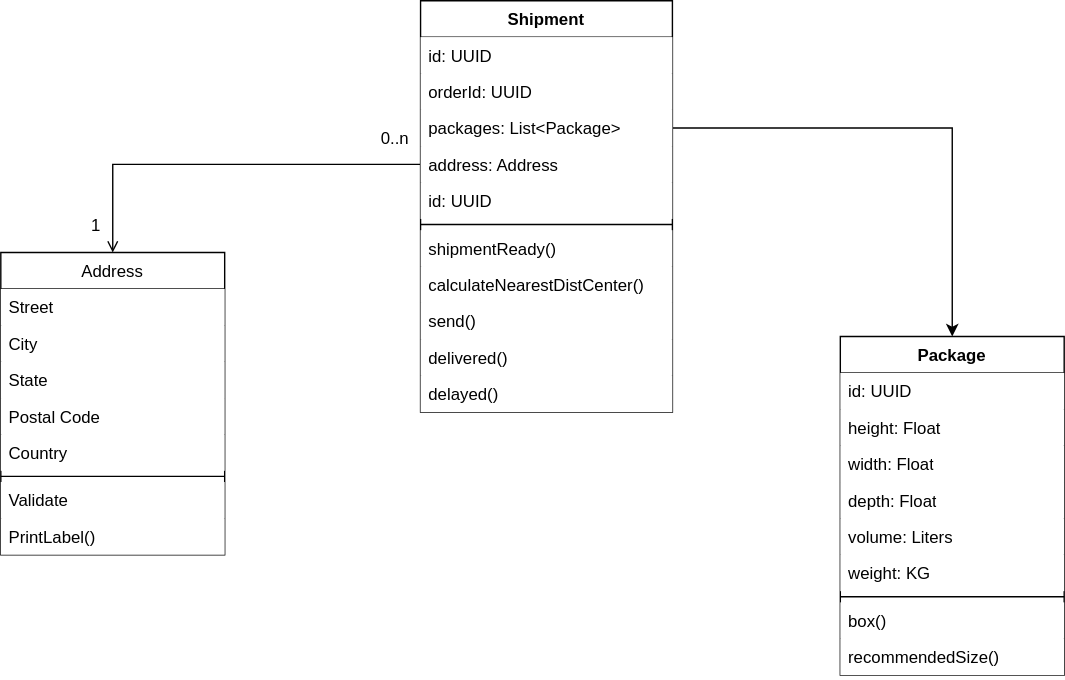
Before: shipping/ShipmentSchema.svg, a diagram exported from draw.io (eda-ecommerce/asyncapi). Source tidied: cells renumbered, new cells last; positions are measured from the earlier drawing's top-left corner, leaving out a move shared by most shapes.
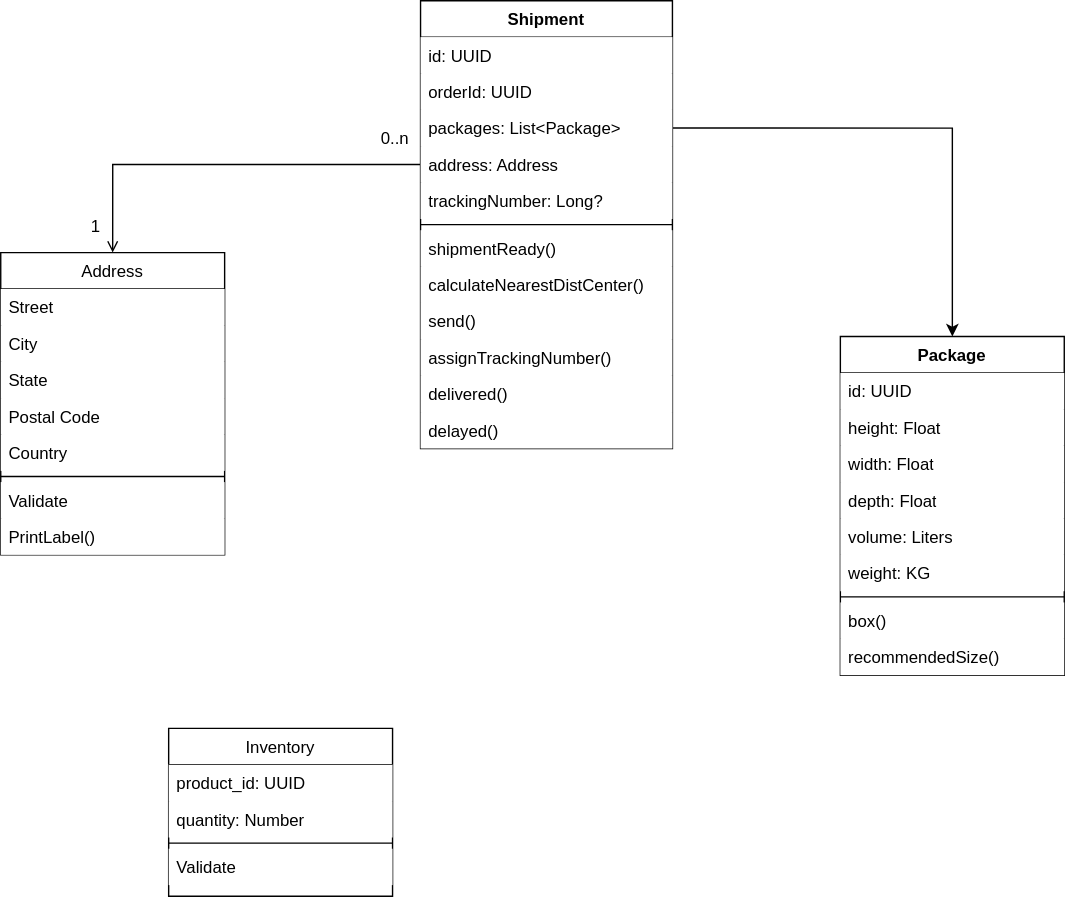
The same diagram one commit later.

The edit, as a diff of the source:
```diff
@@ -78,7 +78,7 @@
       <mxGeometry y="216" width="160" height="26" as="geometry" />
     </mxCell>
     <mxCell id="25" value="Shipment" style="swimlane;fontStyle=1;align=center;verticalAlign=top;horizontal=1;startSize=26;whiteSpace=wrap;html=1;" parent="1" vertex="1">
-      <mxGeometry x="300" width="180" height="294" as="geometry" />
+      <mxGeometry x="300" width="180" height="320" as="geometry" />
     </mxCell>
     <mxCell id="26" value="id: UUID" style="text;strokeColor=none;fillColor=default;align=left;verticalAlign=top;spacingLeft=4;spacingRight=4;overflow=hidden;whiteSpace=wrap;html=1;" parent="25" vertex="1">
       <mxGeometry y="26" width="180" height="26" as="geometry" />
@@ -92,7 +92,7 @@
     <mxCell id="29" value="address: Address" style="text;strokeColor=none;fillColor=default;align=left;verticalAlign=top;spacingLeft=4;spacingRight=4;overflow=hidden;points=[[0,0.5],[1,0.5]];portConstraint=eastwest;whiteSpace=wrap;html=1;" parent="25" vertex="1">
       <mxGeometry y="104" width="180" height="26" as="geometry" />
     </mxCell>
-    <mxCell id="30" value="id: UUID" style="text;strokeColor=none;fillColor=default;align=left;verticalAlign=top;spacingLeft=4;spacingRight=4;overflow=hidden;whiteSpace=wrap;html=1;" parent="25" vertex="1">
+    <mxCell id="30" value="trackingNumber: Long?" style="text;strokeColor=none;fillColor=default;align=left;verticalAlign=top;spacingLeft=4;spacingRight=4;overflow=hidden;whiteSpace=wrap;html=1;" parent="25" vertex="1">
       <mxGeometry y="130" width="180" height="26" as="geometry" />
     </mxCell>
     <mxCell id="31" style="line;strokeWidth=1;fillColor=none;align=left;verticalAlign=middle;spacingTop=-1;spacingLeft=3;spacingRight=3;labelPosition=right;strokeColor=inherit;" parent="25" vertex="1">
@@ -107,11 +107,29 @@
     <mxCell id="34" value="send()" style="text;strokeColor=none;fillColor=default;align=left;verticalAlign=top;spacingLeft=4;spacingRight=4;overflow=hidden;whiteSpace=wrap;html=1;" parent="25" vertex="1">
       <mxGeometry y="216" width="180" height="26" as="geometry" />
     </mxCell>
+    <mxCell id="37" value="assignTrackingNumber()" style="text;strokeColor=none;fillColor=default;align=left;verticalAlign=top;spacingLeft=4;spacingRight=4;overflow=hidden;whiteSpace=wrap;html=1;" parent="25" vertex="1">
+      <mxGeometry y="242" width="180" height="26" as="geometry" />
+    </mxCell>
     <mxCell id="35" value="delivered()" style="text;strokeColor=none;fillColor=default;align=left;verticalAlign=top;spacingLeft=4;spacingRight=4;overflow=hidden;whiteSpace=wrap;html=1;" parent="25" vertex="1">
-      <mxGeometry y="242" width="180" height="26" as="geometry" />
+      <mxGeometry y="268" width="180" height="26" as="geometry" />
     </mxCell>
     <mxCell id="36" value="delayed()" style="text;strokeColor=none;fillColor=default;align=left;verticalAlign=top;spacingLeft=4;spacingRight=4;overflow=hidden;whiteSpace=wrap;html=1;" parent="25" vertex="1">
-      <mxGeometry y="268" width="180" height="26" as="geometry" />
+      <mxGeometry y="294" width="180" height="26" as="geometry" />
     </mxCell>
+    <mxCell id="38" value="Inventory" style="swimlane;fontStyle=0;align=center;verticalAlign=top;horizontal=1;startSize=26;rounded=0;shadow=0;strokeWidth=1;fillStyle=solid;" parent="1" vertex="1">
+      <mxGeometry x="120" y="520" width="160" height="120" as="geometry" />
+    </mxCell>
+    <mxCell id="39" value="product_id: UUID" style="text;align=left;verticalAlign=top;spacingLeft=4;spacingRight=4;overflow=hidden;fillColor=default;" parent="38" vertex="1">
+      <mxGeometry y="26" width="160" height="26" as="geometry" />
+    </mxCell>
+    <mxCell id="40" value="quantity: Number" style="text;align=left;verticalAlign=top;spacingLeft=4;spacingRight=4;overflow=hidden;rounded=0;shadow=0;html=0;fillColor=default;" parent="38" vertex="1">
+      <mxGeometry y="52" width="160" height="26" as="geometry" />
+    </mxCell>
+    <mxCell id="41" style="line;html=1;strokeWidth=1;align=left;verticalAlign=middle;spacingTop=-1;spacingLeft=3;spacingRight=3;labelPosition=right;" parent="38" vertex="1">
+      <mxGeometry y="78" width="160" height="8" as="geometry" />
+    </mxCell>
+    <mxCell id="42" value="Validate" style="text;align=left;verticalAlign=top;spacingLeft=4;spacingRight=4;overflow=hidden;fillColor=default;" parent="38" vertex="1">
+      <mxGeometry y="86" width="160" height="26" as="geometry" />
+    </mxCell>
   </root>
 </mxGraphModel>
```
